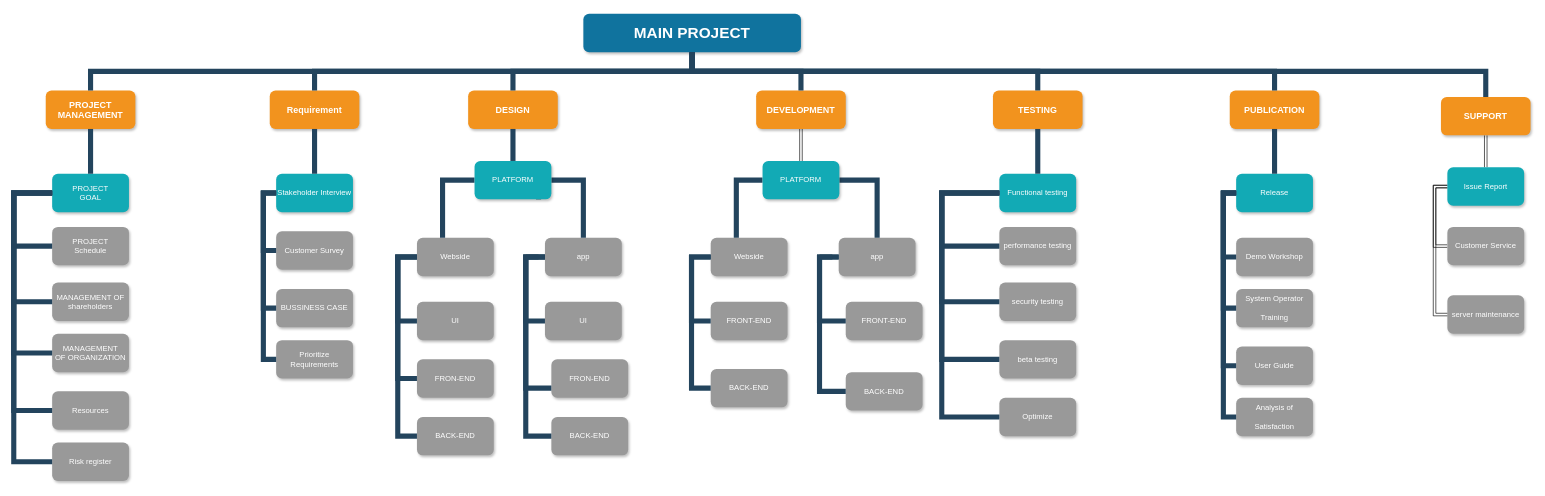
MianhuaKK/9315_ASS1 keeps this draw.io diagram as Untitled Diagram.drawio. Above is the earlier version. Source tidied: cells renumbered, new cells numbered last; positions are measured from the earlier drawing's top-left corner, leaving out a move shared by most shapes. Both pictures are drawn from the tidied source at 64%, with x=0, y=0 at pixel (-25, 13).
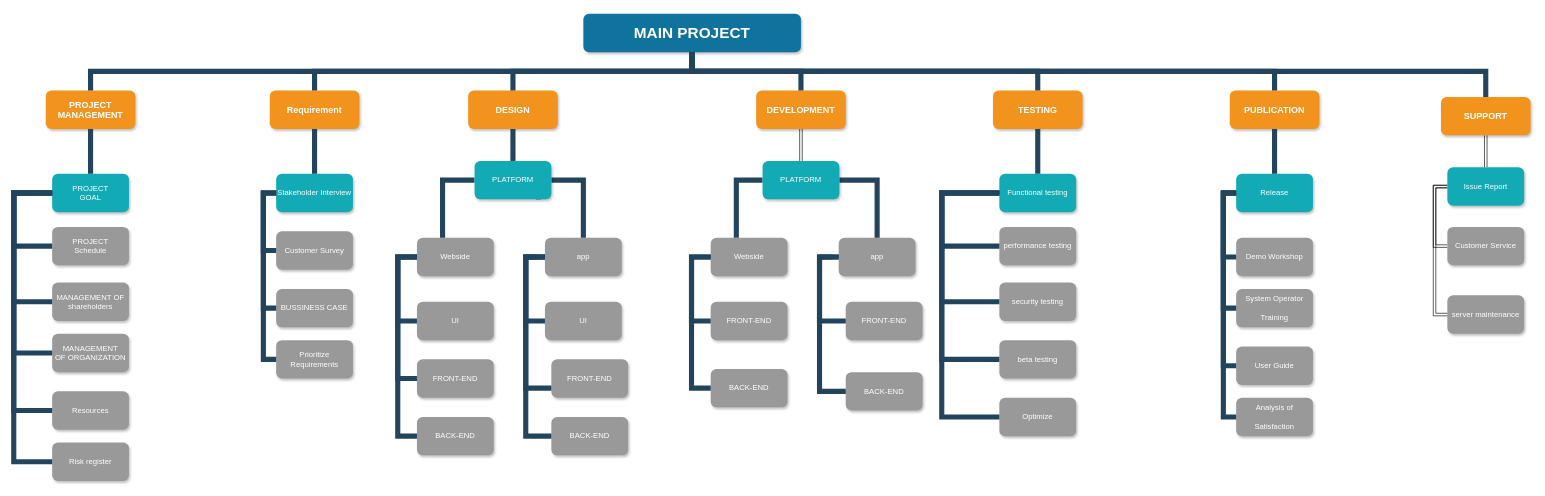
After the change.

Diff of the diagram source:
```diff
@@
-    <mxCell id="31" value="FRON-END" style="whiteSpace=wrap;rounded=1;fillColor=#999999;strokeColor=none;shadow=1;fontColor=#FFFFFF;fontStyle=0;" parent="1" vertex="1">
+    <mxCell id="31" value="FRONT-END" style="whiteSpace=wrap;rounded=1;fillColor=#999999;strokeColor=none;shadow=1;fontColor=#FFFFFF;fontStyle=0;" parent="1" vertex="1">
       <mxGeometry x="690" y="540" width="120" height="60" as="geometry" />
     </mxCell>
@@
-    <mxCell id="36" value="FRON-END" style="whiteSpace=wrap;rounded=1;fillColor=#999999;strokeColor=none;shadow=1;fontColor=#FFFFFF;fontStyle=0;" parent="1" vertex="1">
+    <mxCell id="36" value="FRONT-END" style="whiteSpace=wrap;rounded=1;fillColor=#999999;strokeColor=none;shadow=1;fontColor=#FFFFFF;fontStyle=0;" parent="1" vertex="1">
       <mxGeometry x="900" y="540" width="120" height="60" as="geometry" />
     </mxCell>
```
